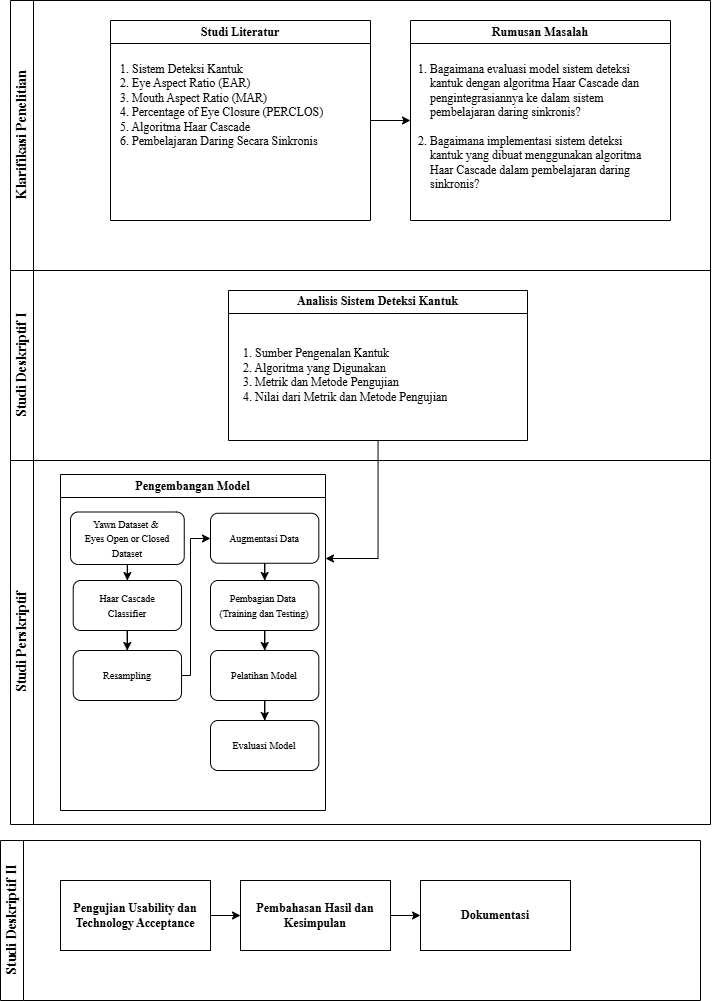
pakkaem/app.diagrams.net-repo keeps this draw.io diagram as Desain Penelitian.drawio.png. Above is the earlier version. Source tidied: cells renumbered, new cells last; positions are measured from the earlier drawing's top-left corner, leaving out a move shared by most shapes.
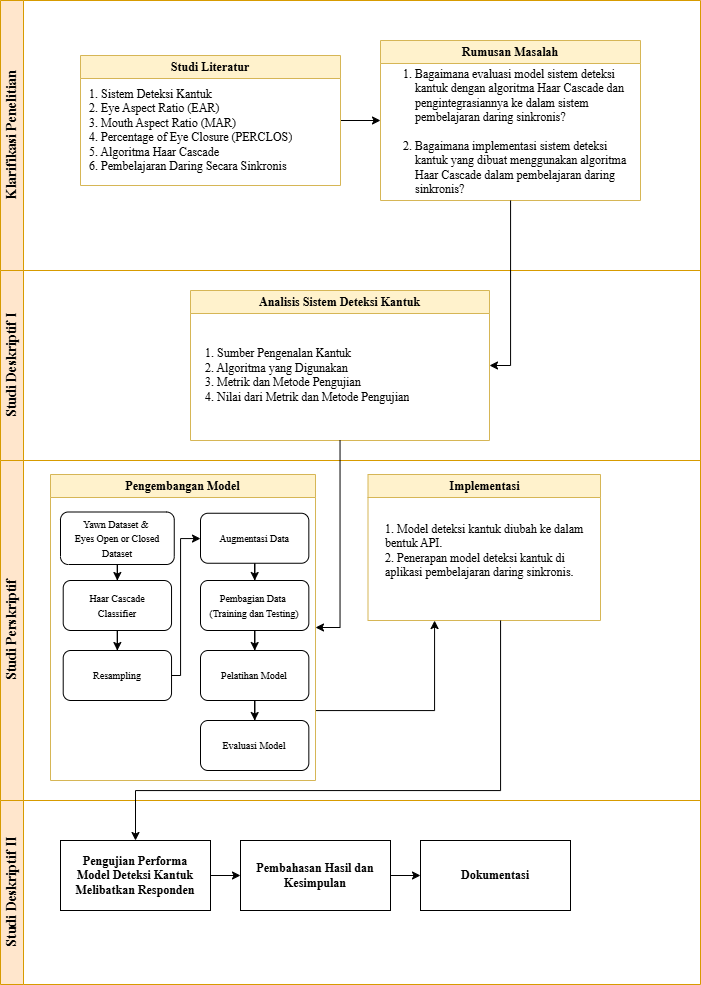
Later version of the same file.

What changed in the source:
```diff
@@ -2,38 +2,47 @@
   <root>
     <mxCell id="0" />
     <mxCell id="1" parent="0" />
-    <mxCell id="2" value="Klarifikasi Penelitian" style="swimlane;horizontal=0;whiteSpace=wrap;html=1;fontFamily=Times New Roman;fontSize=14;" parent="1" vertex="1">
+    <mxCell id="2" value="Klarifikasi Penelitian" style="swimlane;horizontal=0;whiteSpace=wrap;html=1;fontFamily=Times New Roman;fontSize=14;fillColor=#ffe6cc;strokeColor=#d79b00;" parent="1" vertex="1">
       <mxGeometry x="10" width="700" height="270" as="geometry" />
     </mxCell>
     <mxCell id="3" style="edgeStyle=orthogonalEdgeStyle;rounded=0;jettySize=auto;html=1;entryX=0;entryY=0.5;entryDx=0;entryDy=0;" parent="2" edge="1" source="4" target="6">
       <mxGeometry relative="1" as="geometry" />
     </mxCell>
-    <mxCell id="4" value="&lt;font face=&quot;Times New Roman&quot;&gt;Studi Literatur&lt;/font&gt;" style="swimlane;whiteSpace=wrap;html=1;" parent="2" vertex="1">
-      <mxGeometry x="100" y="20" width="260" height="200" as="geometry" />
+    <mxCell id="4" value="&lt;font face=&quot;Times New Roman&quot;&gt;Studi Literatur&lt;/font&gt;" style="swimlane;whiteSpace=wrap;html=1;fillColor=#fff2cc;strokeColor=#d6b656;" parent="2" vertex="1">
+      <mxGeometry x="80" y="55" width="260" height="130" as="geometry" />
     </mxCell>
     <mxCell id="5" value="&lt;p&gt;&lt;span style=&quot;background-color: initial;&quot;&gt;1. Sistem Deteksi Kantuk&lt;br&gt;2. Eye Aspect Ratio (EAR)&lt;br&gt;&lt;/span&gt;&lt;span style=&quot;background-color: initial;&quot;&gt;3. Mouth Aspect Ratio (MAR)&amp;nbsp;&lt;br&gt;4. Percentage of Eye Closure (PERCLOS)&lt;br&gt;5. Algoritma Haar Cascade&lt;br&gt;6. Pembelajaran Daring Secara Sinkronis&lt;/span&gt;&lt;/p&gt;" style="text;html=1;strokeColor=none;fillColor=none;spacing=5;spacingTop=-20;whiteSpace=wrap;overflow=hidden;rounded=0;fontFamily=Times New Roman;" parent="4" vertex="1">
-      <mxGeometry x="5" y="40" width="250" height="170" as="geometry" />
+      <mxGeometry x="4" y="30" width="250" height="100" as="geometry" />
     </mxCell>
-    <mxCell id="6" value="&lt;font face=&quot;Times New Roman&quot;&gt;Rumusan Masalah&lt;/font&gt;" style="swimlane;whiteSpace=wrap;html=1;startSize=23;" parent="2" vertex="1">
-      <mxGeometry x="400" y="20" width="260" height="200" as="geometry" />
+    <mxCell id="6" value="&lt;font face=&quot;Times New Roman&quot;&gt;Rumusan Masalah&lt;/font&gt;" style="swimlane;whiteSpace=wrap;html=1;startSize=23;fillColor=#fff2cc;strokeColor=#d6b656;" parent="2" vertex="1">
+      <mxGeometry x="380" y="40" width="260" height="160" as="geometry" />
     </mxCell>
     <mxCell id="7" value="&lt;p&gt;&lt;/p&gt;&lt;ol&gt;&lt;li&gt;Bagaimana evaluasi model sistem deteksi kantuk dengan algoritma Haar Cascade dan pengintegrasiannya ke dalam sistem pembelajaran daring sinkronis?&lt;br&gt;&lt;br&gt;&lt;/li&gt;&lt;li&gt;&lt;span style=&quot;background-color: initial;&quot;&gt;Bagaimana implementasi sistem deteksi kantuk yang dibuat menggunakan algoritma Haar Cascade dalam pembelajaran daring sinkronis?&lt;/span&gt;&lt;/li&gt;&lt;/ol&gt;&lt;p&gt;&lt;/p&gt;" style="text;html=1;strokeColor=none;fillColor=none;spacing=5;spacingTop=-20;whiteSpace=wrap;overflow=hidden;rounded=0;fontFamily=Times New Roman;" parent="6" vertex="1">
-      <mxGeometry x="-25" y="40" width="275" height="170" as="geometry" />
+      <mxGeometry x="-10" y="25" width="260" height="130" as="geometry" />
     </mxCell>
-    <mxCell id="8" value="Studi Deskriptif I" style="swimlane;horizontal=0;whiteSpace=wrap;html=1;fontFamily=Times New Roman;fontSize=14;" parent="1" vertex="1">
+    <mxCell id="8" value="Studi Deskriptif I" style="swimlane;horizontal=0;whiteSpace=wrap;html=1;fontFamily=Times New Roman;fontSize=14;fillColor=#ffe6cc;strokeColor=#d79b00;" parent="1" vertex="1">
       <mxGeometry x="10" y="270" width="700" height="190" as="geometry" />
     </mxCell>
-    <mxCell id="9" value="&lt;b style=&quot;font-family: &amp;quot;Times New Roman&amp;quot;; text-align: left;&quot;&gt;Analisis Sistem Deteksi Kantuk&lt;br&gt;&lt;/b&gt;" style="swimlane;whiteSpace=wrap;html=1;startSize=23;" parent="8" vertex="1">
-      <mxGeometry x="218" y="20" width="299" height="150" as="geometry" />
+    <mxCell id="9" value="&lt;b style=&quot;font-family: &amp;quot;Times New Roman&amp;quot;; text-align: left;&quot;&gt;Analisis Sistem Deteksi Kantuk&lt;br&gt;&lt;/b&gt;" style="swimlane;whiteSpace=wrap;html=1;startSize=23;fillColor=#fff2cc;strokeColor=#d6b656;" parent="8" vertex="1">
+      <mxGeometry x="190" y="20" width="299" height="150" as="geometry" />
     </mxCell>
     <mxCell id="10" value="&lt;p&gt;&lt;span style=&quot;font-family: &amp;quot;Times New Roman&amp;quot;; background-color: initial;&quot;&gt;&lt;br&gt;1. Sumber Pengenalan Kantuk&lt;br&gt;&lt;/span&gt;&lt;span style=&quot;font-family: &amp;quot;Times New Roman&amp;quot;; background-color: initial;&quot;&gt;2. Algoritma yang Digunakan&lt;br&gt;3. Metrik dan Metode Pengujian&lt;br&gt;&lt;/span&gt;&lt;span style=&quot;font-family: &amp;quot;Times New Roman&amp;quot;; background-color: initial;&quot;&gt;4. Nilai dari Metrik dan Metode Pengujian&lt;/span&gt;&lt;/p&gt;" style="text;html=1;strokeColor=none;fillColor=none;spacing=5;spacingTop=-20;whiteSpace=wrap;overflow=hidden;rounded=0;" parent="9" vertex="1">
       <mxGeometry x="10" y="40" width="279" height="87.5" as="geometry" />
     </mxCell>
-    <mxCell id="11" value="Studi Perskriptif" style="swimlane;horizontal=0;whiteSpace=wrap;html=1;startSize=23;fontFamily=Times New Roman;fontSize=14;" parent="1" vertex="1">
-      <mxGeometry x="10" y="460" width="700" height="364" as="geometry" />
+    <mxCell id="11" value="Studi Perskriptif" style="swimlane;horizontal=0;whiteSpace=wrap;html=1;startSize=23;fontFamily=Times New Roman;fontSize=14;fillColor=#ffe6cc;strokeColor=#d79b00;" parent="1" vertex="1">
+      <mxGeometry x="10" y="460" width="700" height="340" as="geometry" />
     </mxCell>
+    <mxCell id="33" style="edgeStyle=orthogonalEdgeStyle;rounded=0;jettySize=auto;html=1;" parent="11" edge="1" source="12">
+      <mxGeometry relative="1" as="geometry">
+        <mxPoint x="434" y="160" as="targetPoint" />
+        <Array as="points">
+          <mxPoint x="434" y="250" />
+          <mxPoint x="434" y="160" />
+        </Array>
+      </mxGeometry>
+    </mxCell>
-    <mxCell id="12" value="&lt;font face=&quot;Times New Roman&quot;&gt;Pengembangan Model&lt;/font&gt;" style="swimlane;whiteSpace=wrap;html=1;" parent="11" vertex="1">
-      <mxGeometry x="50" y="14" width="265" height="336" as="geometry" />
+    <mxCell id="12" value="&lt;font face=&quot;Times New Roman&quot;&gt;Pengembangan Model&lt;/font&gt;" style="swimlane;whiteSpace=wrap;html=1;fillColor=#fff2cc;strokeColor=#d6b656;" parent="11" vertex="1">
+      <mxGeometry x="50" y="14" width="265" height="306" as="geometry" />
     </mxCell>
     <mxCell id="13" style="edgeStyle=orthogonalEdgeStyle;rounded=0;jettySize=auto;html=1;entryX=0.5;entryY=0;entryDx=0;entryDy=0;" parent="12" edge="1" source="14" target="16">
       <mxGeometry relative="1" as="geometry" />
@@ -79,13 +88,19 @@
     <mxCell id="25" value="&lt;font face=&quot;Times New Roman&quot;&gt;&lt;span style=&quot;font-size: 10px;&quot;&gt;Evaluasi Model&lt;br&gt;&lt;/span&gt;&lt;/font&gt;" style="rounded=1;whiteSpace=wrap;html=1;align=center;" parent="12" vertex="1">
       <mxGeometry x="150" y="246" width="108.3" height="50" as="geometry" />
     </mxCell>
+    <mxCell id="34" value="&lt;font face=&quot;Times New Roman&quot;&gt;Implementasi&lt;/font&gt;" style="swimlane;whiteSpace=wrap;html=1;fillColor=#fff2cc;strokeColor=#d6b656;" parent="11" vertex="1">
+      <mxGeometry x="367.5" y="14" width="232.5" height="146" as="geometry" />
+    </mxCell>
+    <mxCell id="35" value="&lt;p&gt;&lt;span style=&quot;font-family: &amp;quot;Times New Roman&amp;quot;; background-color: initial;&quot;&gt;1. Model deteksi kantuk diubah ke dalam bentuk API.&lt;br&gt;2. Penerapan model deteksi kantuk di aplikasi pembelajaran daring sinkronis.&lt;/span&gt;&lt;/p&gt;&lt;p&gt;&lt;span style=&quot;font-family: &amp;quot;Times New Roman&amp;quot;; background-color: initial;&quot;&gt;&lt;br&gt;&lt;/span&gt;&lt;/p&gt;" style="text;html=1;strokeColor=none;fillColor=none;spacing=5;spacingTop=-20;whiteSpace=wrap;overflow=hidden;rounded=0;" parent="34" vertex="1">
+      <mxGeometry x="12.5" y="46" width="207.5" height="71.2" as="geometry" />
+    </mxCell>
-    <mxCell id="26" value="Studi Deskriptif II" style="swimlane;horizontal=0;whiteSpace=wrap;html=1;fontFamily=Times New Roman;fontSize=14;" parent="1" vertex="1">
-      <mxGeometry y="840" width="700" height="160" as="geometry" />
+    <mxCell id="26" value="Studi Deskriptif II" style="swimlane;horizontal=0;whiteSpace=wrap;html=1;fontFamily=Times New Roman;fontSize=14;fillColor=#ffe6cc;strokeColor=#d79b00;" parent="1" vertex="1">
+      <mxGeometry x="10" y="800" width="700" height="184" as="geometry" />
     </mxCell>
     <mxCell id="27" style="edgeStyle=orthogonalEdgeStyle;rounded=0;jettySize=auto;html=1;" parent="26" edge="1" source="28" target="30">
       <mxGeometry relative="1" as="geometry" />
     </mxCell>
-    <mxCell id="28" value="&lt;font face=&quot;Times New Roman&quot;&gt;&lt;b&gt;Pengujian Usability dan Technology Acceptance&lt;/b&gt;&lt;/font&gt;" style="rounded=0;whiteSpace=wrap;html=1;" parent="26" vertex="1">
+    <mxCell id="28" value="&lt;font face=&quot;Times New Roman&quot;&gt;&lt;b&gt;Pengujian Performa &lt;br&gt;Model Deteksi Kantuk Melibatkan Responden&lt;/b&gt;&lt;/font&gt;" style="rounded=0;whiteSpace=wrap;html=1;" parent="26" vertex="1">
       <mxGeometry x="60" y="40" width="150" height="70" as="geometry" />
     </mxCell>
     <mxCell id="29" style="edgeStyle=orthogonalEdgeStyle;rounded=0;jettySize=auto;html=1;" parent="26" edge="1" source="30" target="31">
@@ -97,8 +112,19 @@
     <mxCell id="31" value="&lt;font face=&quot;Times New Roman&quot;&gt;&lt;b&gt;Dokumentasi&lt;/b&gt;&lt;/font&gt;" style="rounded=0;whiteSpace=wrap;html=1;" parent="26" vertex="1">
       <mxGeometry x="420" y="40" width="150" height="70" as="geometry" />
     </mxCell>
+    <mxCell id="36" style="edgeStyle=orthogonalEdgeStyle;rounded=0;jettySize=auto;html=1;entryX=1;entryY=0.5;entryDx=0;entryDy=0;" parent="1" edge="1" source="6" target="9">
+      <mxGeometry relative="1" as="geometry" />
+    </mxCell>
-    <mxCell id="32" style="edgeStyle=orthogonalEdgeStyle;rounded=0;jettySize=auto;html=1;entryX=1;entryY=0.25;entryDx=0;entryDy=0;" parent="1" edge="1" source="9" target="12">
+    <mxCell id="32" style="edgeStyle=orthogonalEdgeStyle;rounded=0;jettySize=auto;html=1;entryX=1;entryY=0.5;entryDx=0;entryDy=0;" parent="1" edge="1" source="9" target="12">
       <mxGeometry relative="1" as="geometry" />
     </mxCell>
+    <mxCell id="37" style="edgeStyle=orthogonalEdgeStyle;rounded=0;jettySize=auto;html=1;entryX=0.5;entryY=0;entryDx=0;entryDy=0;" parent="1" edge="1" source="34" target="28">
+      <mxGeometry relative="1" as="geometry">
+        <Array as="points">
+          <mxPoint x="510" y="790" />
+          <mxPoint x="145" y="790" />
+        </Array>
+      </mxGeometry>
+    </mxCell>
   </root>
 </mxGraphModel>
```
